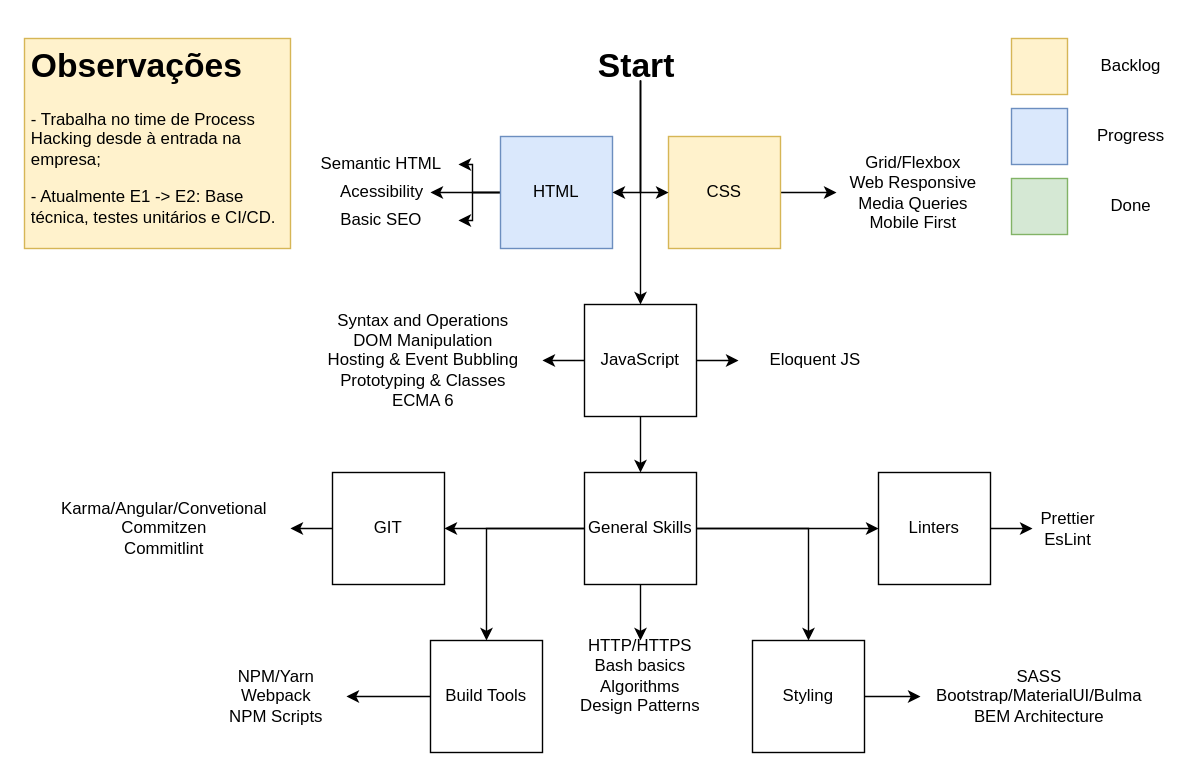
azraelgarden/maju-mentoria keeps this draw.io diagram as Roadmap.drawio. Above is the earlier version. Source tidied: cells renumbered, new cells numbered last; positions are measured from the earlier drawing's top-left corner, leaving out a move shared by most shapes. Both pictures are drawn from the tidied source at 140%, with x=0, y=0 at pixel (24, 38).
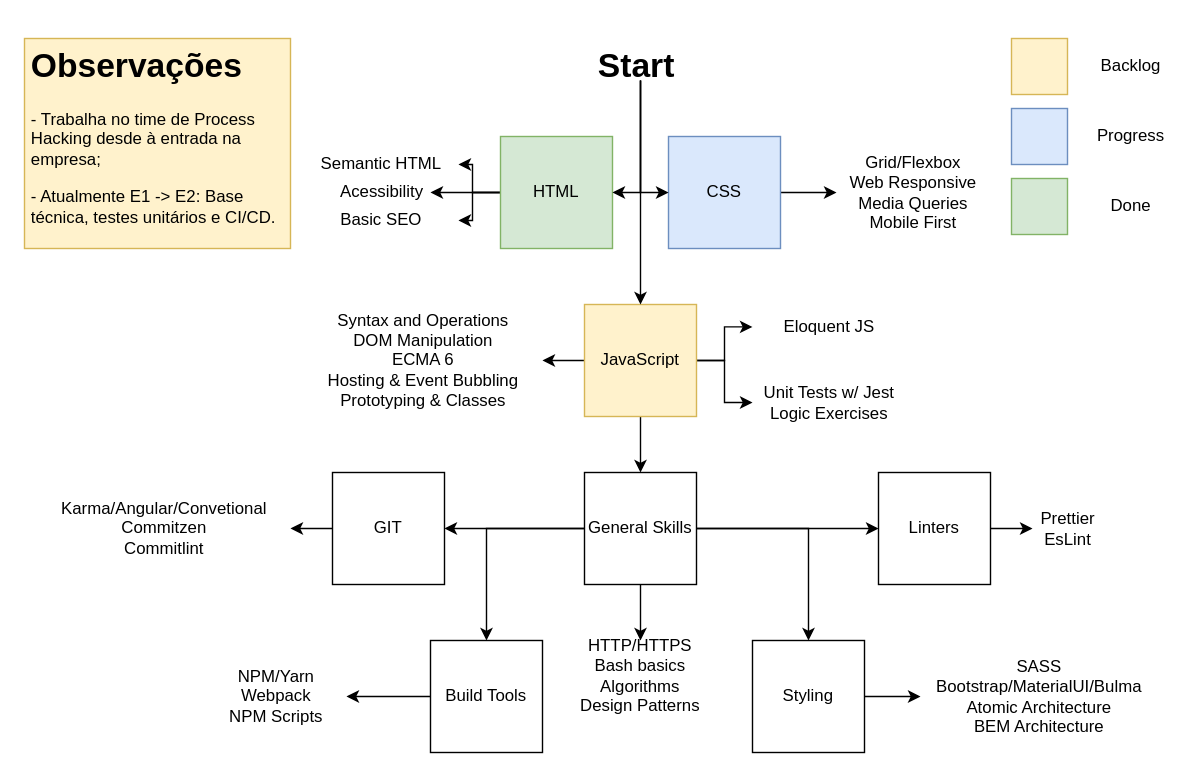
Above is the later version.

Change to the diagram source:
```diff
@@
-    <mxCell id="6" value="HTML" style="whiteSpace=wrap;html=1;fillColor=#dae8fc;strokeColor=#6c8ebf;" parent="1" vertex="1">
+    <mxCell id="6" value="HTML" style="whiteSpace=wrap;html=1;fillColor=#d5e8d4;strokeColor=#82b366;" parent="1" vertex="1">
       <mxGeometry x="340" y="70" width="80" height="80" as="geometry" />
     </mxCell>
@@
-    <mxCell id="8" value="CSS" style="whiteSpace=wrap;html=1;fillColor=#fff2cc;strokeColor=#d6b656;" parent="1" vertex="1">
+    <mxCell id="8" value="CSS" style="whiteSpace=wrap;html=1;fillColor=#dae8fc;strokeColor=#6c8ebf;" parent="1" vertex="1">
       <mxGeometry x="460" y="70" width="80" height="80" as="geometry" />
     </mxCell>
@@
+    <mxCell id="51" style="edgeStyle=orthogonalEdgeStyle;rounded=0;jettySize=auto;html=1;" parent="1" edge="1" source="14" target="54">
+      <mxGeometry relative="1" as="geometry" />
+    </mxCell>
-    <mxCell id="14" value="JavaScript" style="whiteSpace=wrap;html=1;" parent="1" vertex="1">
+    <mxCell id="14" value="JavaScript" style="whiteSpace=wrap;html=1;fillColor=#fff2cc;strokeColor=#d6b656;" parent="1" vertex="1">
       <mxGeometry x="400" y="190" width="80" height="80" as="geometry" />
     </mxCell>
-    <mxCell id="15" value="Syntax and Operations&lt;br&gt;DOM Manipulation&lt;br&gt;Hosting &amp;amp; Event Bubbling&lt;br&gt;Prototyping &amp;amp; Classes&lt;br&gt;ECMA 6" style="text;html=1;strokeColor=none;fillColor=none;align=center;verticalAlign=middle;whiteSpace=wrap;rounded=0;" parent="1" vertex="1">
+    <mxCell id="15" value="Syntax and Operations&lt;br&gt;DOM Manipulation&lt;br&gt;ECMA 6&lt;br&gt;Hosting &amp;amp; Event Bubbling&lt;br&gt;Prototyping &amp;amp; Classes" style="text;html=1;strokeColor=none;fillColor=none;align=center;verticalAlign=middle;whiteSpace=wrap;rounded=0;" parent="1" vertex="1">
       <mxGeometry x="200" y="220" width="170" height="20" as="geometry" />
     </mxCell>
     <mxCell id="16" value="Eloquent JS" style="text;html=1;strokeColor=none;fillColor=none;align=center;verticalAlign=middle;whiteSpace=wrap;rounded=0;" parent="1" vertex="1">
-      <mxGeometry x="510" y="220" width="110" height="20" as="geometry" />
+      <mxGeometry x="520" y="190" width="110" height="32" as="geometry" />
     </mxCell>
+    <mxCell id="52" value="&amp;nbsp;" style="text;html=1;align=center;verticalAlign=middle;rotation=90;" parent="16" vertex="1">
+      <mxGeometry x="55" y="12" width="20" height="20" as="geometry" />
+    </mxCell>
@@
-    <mxCell id="35" value="SASS&lt;br&gt;Bootstrap/MaterialUI/Bulma&lt;br&gt;BEM Architecture" style="text;html=1;strokeColor=none;fillColor=none;align=center;verticalAlign=middle;whiteSpace=wrap;rounded=0;" parent="1" vertex="1">
+    <mxCell id="35" value="SASS&lt;br&gt;Bootstrap/MaterialUI/Bulma&lt;br&gt;Atomic Architecture&lt;br&gt;BEM Architecture" style="text;html=1;strokeColor=none;fillColor=none;align=center;verticalAlign=middle;whiteSpace=wrap;rounded=0;" parent="1" vertex="1">
       <mxGeometry x="640" y="460" width="170" height="20" as="geometry" />
     </mxCell>
@@
+    <mxCell id="53" style="edgeStyle=orthogonalEdgeStyle;rounded=0;orthogonalLoop=1;jettySize=auto;html=1;exitX=0.5;exitY=1;exitDx=0;exitDy=0;" parent="1" edge="1" source="16" target="16">
+      <mxGeometry relative="1" as="geometry" />
+    </mxCell>
+    <mxCell id="54" value="Unit Tests w/ Jest&lt;br&gt;Logic Exercises" style="text;html=1;strokeColor=none;fillColor=none;align=center;verticalAlign=middle;whiteSpace=wrap;rounded=0;" parent="1" vertex="1">
+      <mxGeometry x="520" y="250" width="110" height="20" as="geometry" />
+    </mxCell>
```
